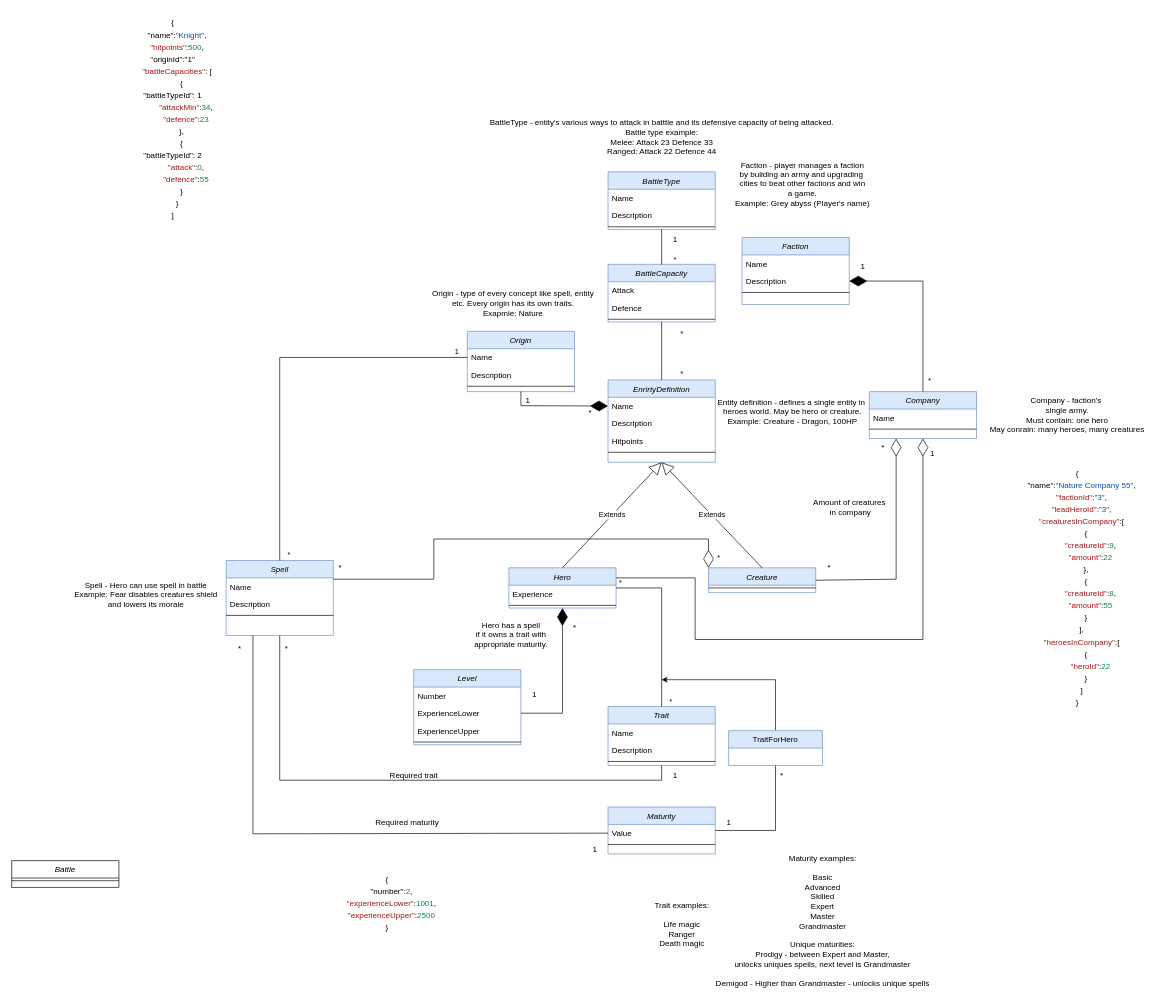
This is documentation/heroes-overview.drawio from petar111/heroes-system, a draw.io file, before an edit. Source tidied: cells renumbered, new cells numbered last; positions are measured from the earlier drawing's top-left corner, leaving out a move shared by most shapes. Both pictures are drawn from the tidied source at 67%, with x=0, y=0 at pixel (11, 11).
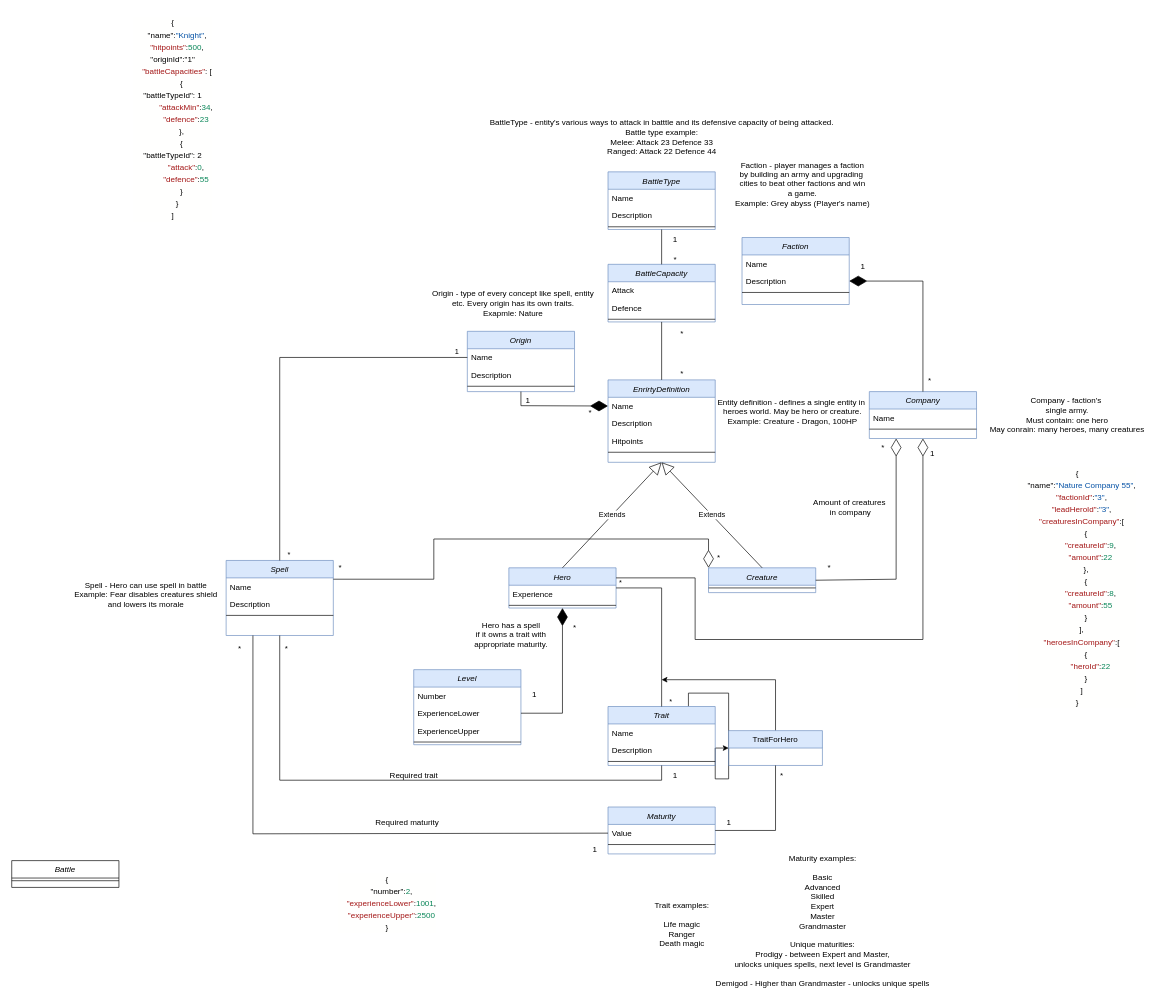
After the change.

The change refers to these unchanged cells:
```xml
<mxCell id="26" value="Trait" style="swimlane;fontStyle=2;align=center;verticalAlign=top;horizontal=1;startSize=26;rounded=0;shadow=0;strokeWidth=1;fillColor=#dae8fc;strokeColor=#6c8ebf;" parent="1" vertex="1">
  <mxGeometry x="890" y="1037" width="160" height="88" as="geometry" />
</mxCell>
<mxCell id="34" value="TraitForHero" style="swimlane;fontStyle=0;horizontal=1;startSize=26;fillColor=#dae8fc;whiteSpace=wrap;html=1;strokeColor=#6c8ebf;" parent="1" vertex="1">
  <mxGeometry x="1070" y="1073" width="140" height="52" as="geometry" />
</mxCell>
```

What changed in the source:
```diff
@@
+    <mxCell id="106" style="edgeStyle=orthogonalEdgeStyle;rounded=0;jettySize=auto;html=1;exitX=0.75;exitY=0;exitDx=0;exitDy=0;" parent="1" edge="1" source="26" target="34">
+      <mxGeometry relative="1" as="geometry" />
+    </mxCell>
```
